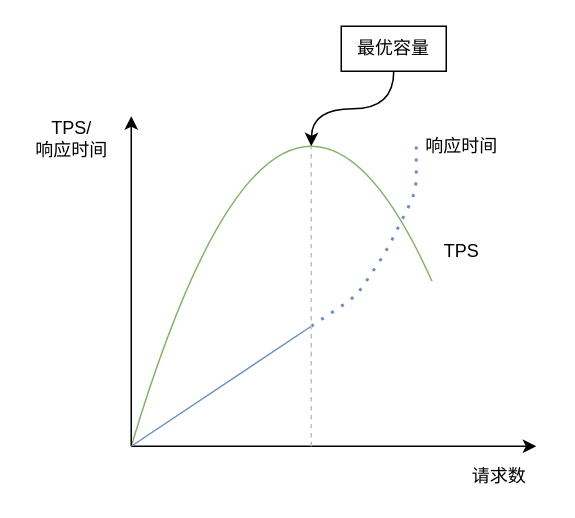
Before: dubbo-go-3.0-文稿.drawio in justxuewei/draw.io, a draw.io diagram. Source tidied: cells renumbered, new cells numbered last; positions are measured from the earlier drawing's top-left corner, leaving out a move shared by most shapes. Both pictures are drawn from the tidied source at 150%, with x=0, y=0 at pixel (26, -154).
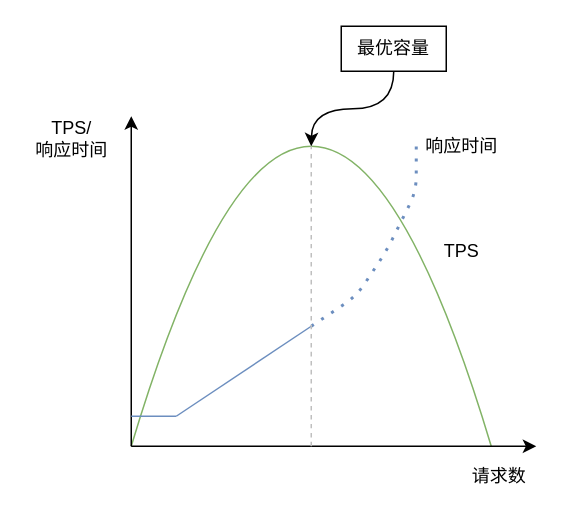
After the change.

Change to the diagram source:
```diff
@@
-    <mxCell id="3" style="rounded=0;whiteSpace=wrap;html=1;strokeColor=none;" parent="1" vertex="1">
-      <mxGeometry x="255" y="290" width="65" height="110" as="geometry" />
-    </mxCell>
@@
     <mxCell id="6" style="endArrow=none;html=1;rounded=1;fillColor=#dae8fc;strokeColor=#6c8ebf;" parent="1" edge="1">
       <mxGeometry relative="1" as="geometry">
-        <mxPoint x="70" y="400" as="sourcePoint" />
+        <mxPoint x="100" y="380" as="sourcePoint" />
         <mxPoint x="190" y="320" as="targetPoint" />
       </mxGeometry>
     </mxCell>
@@
+    <mxCell id="15" style="endArrow=none;html=1;rounded=1;fillColor=#dae8fc;strokeColor=#6c8ebf;" parent="1" edge="1">
+      <mxGeometry relative="1" as="geometry">
+        <mxPoint x="70" y="380" as="sourcePoint" />
+        <mxPoint x="100" y="380" as="targetPoint" />
+      </mxGeometry>
+    </mxCell>
```
